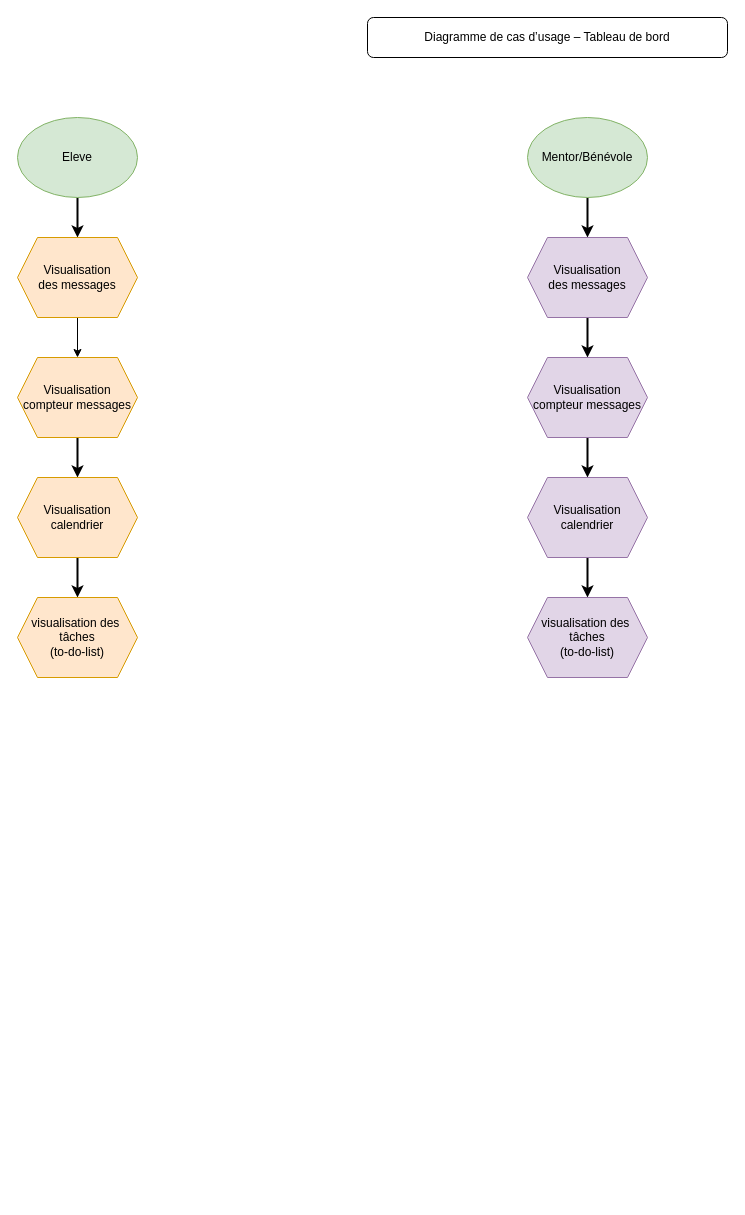
frederic5962/Learn-Home_p10 keeps this draw.io diagram as Diagramme de cas d’usage – Tableau de bord.drawio. Above is the earlier version. Source tidied: cells renumbered, new cells numbered last; positions are measured from the earlier drawing's top-left corner, leaving out a move shared by most shapes. Both pictures are drawn from the tidied source at 100%, with x=0, y=0 at pixel (17, 17).
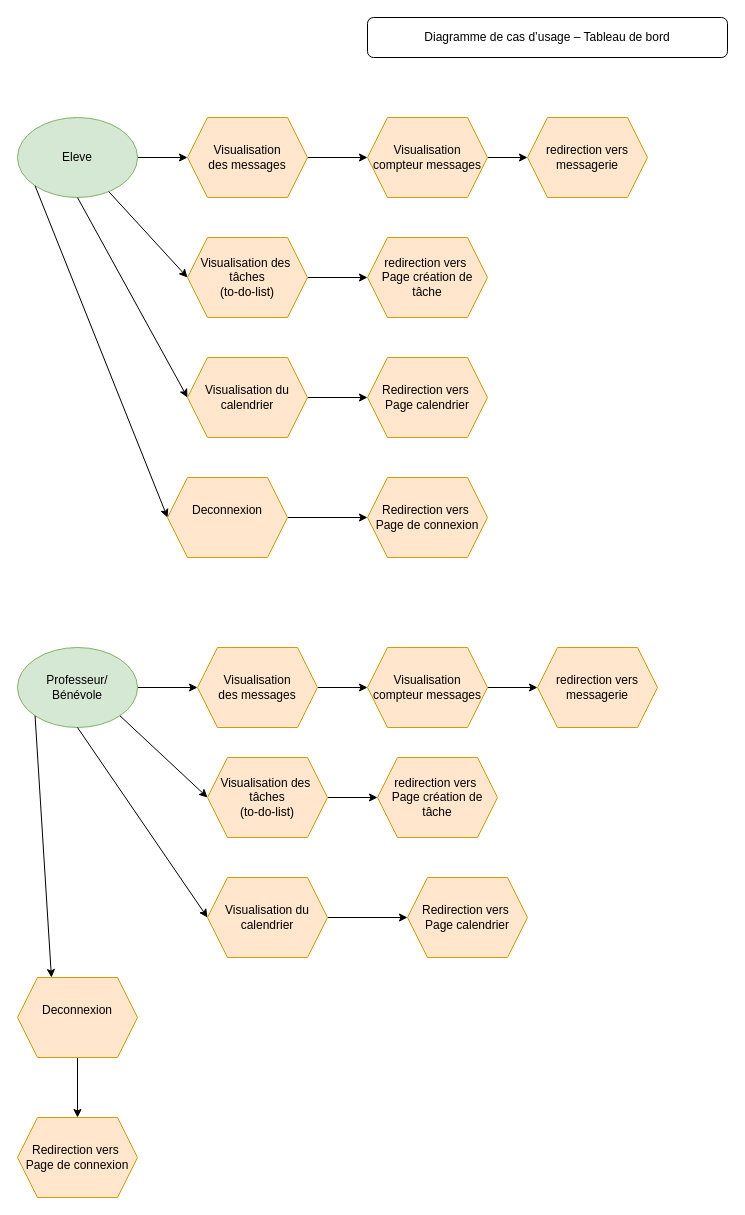
After the change.

Commit message:
Mettre à jour Diagramme de cas d’usage – Tableau de bord.drawio

The change refers to these unchanged cells:
```xml
<mxCell id="3" value="Eleve" style="ellipse;whiteSpace=wrap;html=1;fillColor=#d5e8d4;strokeColor=#82b366;" parent="1" vertex="1">
  <mxGeometry y="100" width="120" height="80" as="geometry" />
</mxCell>
```

Diff of the diagram source:
```diff
@@
-    <mxCell id="2" style="edgeStyle=orthogonalEdgeStyle;rounded=0;jettySize=auto;html=1;strokeWidth=2;" parent="1" edge="1" source="3" target="8">
+    <mxCell id="2" style="edgeStyle=orthogonalEdgeStyle;rounded=0;jettySize=auto;html=1;" parent="1" edge="1" source="3" target="8">
       <mxGeometry relative="1" as="geometry" />
     </mxCell>
@@
-    <mxCell id="4" style="edgeStyle=orthogonalEdgeStyle;rounded=0;jettySize=auto;html=1;strokeWidth=2;" parent="1" edge="1" source="5" target="15">
+    <mxCell id="4" style="edgeStyle=orthogonalEdgeStyle;rounded=0;jettySize=auto;html=1;" parent="1" edge="1" source="5" target="15">
       <mxGeometry relative="1" as="geometry" />
     </mxCell>
-    <mxCell id="5" value="Mentor/Bénévole" style="ellipse;whiteSpace=wrap;html=1;fillColor=#d5e8d4;strokeColor=#82b366;" parent="1" vertex="1">
-      <mxGeometry x="510" y="100" width="120" height="80" as="geometry" />
+    <mxCell id="5" value="Professeur/&lt;div&gt;Bénévole&lt;/div&gt;" style="ellipse;whiteSpace=wrap;html=1;fillColor=#d5e8d4;strokeColor=#82b366;" parent="1" vertex="1">
+      <mxGeometry y="630" width="120" height="80" as="geometry" />
     </mxCell>
@@
     <mxCell id="8" value="Visualisation&lt;div&gt;des messages&lt;/div&gt;" style="shape=hexagon;perimeter=hexagonPerimeter2;whiteSpace=wrap;html=1;fixedSize=1;fillColor=#ffe6cc;strokeColor=#d79b00;" parent="1" vertex="1">
-      <mxGeometry y="220" width="120" height="80" as="geometry" />
+      <mxGeometry x="170" y="100" width="120" height="80" as="geometry" />
     </mxCell>
-    <mxCell id="9" style="edgeStyle=orthogonalEdgeStyle;rounded=0;jettySize=auto;html=1;strokeWidth=2;" parent="1" edge="1" source="10" target="12">
-      <mxGeometry relative="1" as="geometry" />
-    </mxCell>
+    <mxCell id="21" style="edgeStyle=orthogonalEdgeStyle;rounded=0;jettySize=auto;html=1;" parent="1" edge="1" source="10" target="23">
+      <mxGeometry relative="1" as="geometry" />
+    </mxCell>
     <mxCell id="10" value="Visualisation compteur messages" style="shape=hexagon;perimeter=hexagonPerimeter2;whiteSpace=wrap;html=1;fixedSize=1;fillColor=#ffe6cc;strokeColor=#d79b00;" parent="1" vertex="1">
-      <mxGeometry y="340" width="120" height="80" as="geometry" />
+      <mxGeometry x="350" y="100" width="120" height="80" as="geometry" />
     </mxCell>
-    <mxCell id="11" style="edgeStyle=orthogonalEdgeStyle;rounded=0;jettySize=auto;html=1;strokeWidth=2;" parent="1" edge="1" source="12" target="13">
-      <mxGeometry relative="1" as="geometry" />
-    </mxCell>
-    <mxCell id="12" value="Visualisation calendrier" style="shape=hexagon;perimeter=hexagonPerimeter2;whiteSpace=wrap;html=1;fixedSize=1;fillColor=#ffe6cc;strokeColor=#d79b00;" parent="1" vertex="1">
-      <mxGeometry y="460" width="120" height="80" as="geometry" />
+    <mxCell id="12" value="redirection vers&amp;nbsp;&lt;div&gt;Page création de tâche&lt;/div&gt;" style="shape=hexagon;perimeter=hexagonPerimeter2;whiteSpace=wrap;html=1;fixedSize=1;fillColor=#ffe6cc;strokeColor=#d79b00;" parent="1" vertex="1">
+      <mxGeometry x="350" y="220" width="120" height="80" as="geometry" />
     </mxCell>
+    <mxCell id="22" style="edgeStyle=orthogonalEdgeStyle;rounded=0;jettySize=auto;html=1;" parent="1" edge="1" source="13" target="12">
+      <mxGeometry relative="1" as="geometry" />
+    </mxCell>
-    <mxCell id="13" value="visualisation des&amp;nbsp;&lt;div&gt;tâches&lt;/div&gt;&lt;div&gt;(to-do-list)&lt;/div&gt;" style="shape=hexagon;perimeter=hexagonPerimeter2;whiteSpace=wrap;html=1;fixedSize=1;fillColor=#ffe6cc;strokeColor=#d79b00;" parent="1" vertex="1">
-      <mxGeometry y="580" width="120" height="80" as="geometry" />
+    <mxCell id="13" value="Visualisation des&amp;nbsp;&lt;div&gt;tâches&lt;/div&gt;&lt;div&gt;(to-do-list)&lt;/div&gt;" style="shape=hexagon;perimeter=hexagonPerimeter2;whiteSpace=wrap;html=1;fixedSize=1;fillColor=#ffe6cc;strokeColor=#d79b00;" parent="1" vertex="1">
+      <mxGeometry x="170" y="220" width="120" height="80" as="geometry" />
     </mxCell>
+    <mxCell id="23" value="redirection vers messagerie" style="shape=hexagon;perimeter=hexagonPerimeter2;whiteSpace=wrap;html=1;fixedSize=1;fillColor=#ffe6cc;strokeColor=#d79b00;" parent="1" vertex="1">
+      <mxGeometry x="510" y="100" width="120" height="80" as="geometry" />
+    </mxCell>
+    <mxCell id="24" style="endArrow=classic;html=1;rounded=0;entryX=0;entryY=0.5;entryDx=0;entryDy=0;" parent="1" edge="1" source="3" target="13">
+      <mxGeometry relative="1" as="geometry" />
+    </mxCell>
+    <mxCell id="25" style="edgeStyle=orthogonalEdgeStyle;rounded=0;jettySize=auto;html=1;" parent="1" edge="1" source="26" target="27">
+      <mxGeometry relative="1" as="geometry" />
+    </mxCell>
+    <mxCell id="26" value="Visualisation du calendrier" style="shape=hexagon;perimeter=hexagonPerimeter2;whiteSpace=wrap;html=1;fixedSize=1;fillColor=#ffe6cc;strokeColor=#d79b00;" parent="1" vertex="1">
+      <mxGeometry x="170" y="340" width="120" height="80" as="geometry" />
+    </mxCell>
+    <mxCell id="27" value="Redirection vers&amp;nbsp; Page calendrier" style="shape=hexagon;perimeter=hexagonPerimeter2;whiteSpace=wrap;html=1;fixedSize=1;fillColor=#ffe6cc;strokeColor=#d79b00;" parent="1" vertex="1">
+      <mxGeometry x="350" y="340" width="120" height="80" as="geometry" />
+    </mxCell>
+    <mxCell id="28" style="endArrow=classic;html=1;rounded=0;exitX=0.5;exitY=1;exitDx=0;exitDy=0;entryX=0;entryY=0.5;entryDx=0;entryDy=0;" parent="1" edge="1" source="3" target="26">
+      <mxGeometry relative="1" as="geometry" />
+    </mxCell>
-    <mxCell id="14" style="edgeStyle=orthogonalEdgeStyle;rounded=0;jettySize=auto;html=1;strokeWidth=2;" parent="1" edge="1" source="15" target="17">
+    <mxCell id="14" style="edgeStyle=orthogonalEdgeStyle;rounded=0;jettySize=auto;html=1;" parent="1" edge="1" source="15" target="17">
       <mxGeometry relative="1" as="geometry" />
     </mxCell>
-    <mxCell id="15" value="Visualisation&lt;div&gt;des messages&lt;/div&gt;" style="shape=hexagon;perimeter=hexagonPerimeter2;whiteSpace=wrap;html=1;fixedSize=1;fillColor=#e1d5e7;strokeColor=#9673a6;" parent="1" vertex="1">
-      <mxGeometry x="510" y="220" width="120" height="80" as="geometry" />
+    <mxCell id="15" value="Visualisation&lt;div&gt;des messages&lt;/div&gt;" style="shape=hexagon;perimeter=hexagonPerimeter2;whiteSpace=wrap;html=1;fixedSize=1;fillColor=#ffe6cc;strokeColor=#d79b00;" parent="1" vertex="1">
+      <mxGeometry x="180" y="630" width="120" height="80" as="geometry" />
     </mxCell>
-    <mxCell id="16" style="edgeStyle=orthogonalEdgeStyle;rounded=0;jettySize=auto;html=1;strokeWidth=2;" parent="1" edge="1" source="17" target="19">
-      <mxGeometry relative="1" as="geometry" />
-    </mxCell>
+    <mxCell id="29" style="edgeStyle=orthogonalEdgeStyle;rounded=0;jettySize=auto;html=1;" parent="1" edge="1" source="17" target="30">
+      <mxGeometry relative="1" as="geometry" />
+    </mxCell>
-    <mxCell id="17" value="Visualisation compteur messages" style="shape=hexagon;perimeter=hexagonPerimeter2;whiteSpace=wrap;html=1;fixedSize=1;fillColor=#e1d5e7;strokeColor=#9673a6;" parent="1" vertex="1">
-      <mxGeometry x="510" y="340" width="120" height="80" as="geometry" />
+    <mxCell id="17" value="Visualisation compteur messages" style="shape=hexagon;perimeter=hexagonPerimeter2;whiteSpace=wrap;html=1;fixedSize=1;fillColor=#ffe6cc;strokeColor=#d79b00;" parent="1" vertex="1">
+      <mxGeometry x="350" y="630" width="120" height="80" as="geometry" />
     </mxCell>
-    <mxCell id="18" style="edgeStyle=orthogonalEdgeStyle;rounded=0;jettySize=auto;html=1;strokeWidth=2;" parent="1" edge="1" source="19" target="20">
-      <mxGeometry relative="1" as="geometry" />
-    </mxCell>
-    <mxCell id="19" value="Visualisation calendrier" style="shape=hexagon;perimeter=hexagonPerimeter2;whiteSpace=wrap;html=1;fixedSize=1;fillColor=#e1d5e7;strokeColor=#9673a6;" parent="1" vertex="1">
-      <mxGeometry x="510" y="460" width="120" height="80" as="geometry" />
-    </mxCell>
-    <mxCell id="20" value="visualisation des&amp;nbsp;&lt;div&gt;tâches&lt;/div&gt;&lt;div&gt;(to-do-list)&lt;/div&gt;" style="shape=hexagon;perimeter=hexagonPerimeter2;whiteSpace=wrap;html=1;fixedSize=1;fillColor=#e1d5e7;strokeColor=#9673a6;" parent="1" vertex="1">
-      <mxGeometry x="510" y="580" width="120" height="80" as="geometry" />
-    </mxCell>
+    <mxCell id="30" value="redirection vers messagerie" style="shape=hexagon;perimeter=hexagonPerimeter2;whiteSpace=wrap;html=1;fixedSize=1;fillColor=#ffe6cc;strokeColor=#d79b00;" parent="1" vertex="1">
+      <mxGeometry x="520" y="630" width="120" height="80" as="geometry" />
+    </mxCell>
+    <mxCell id="31" style="edgeStyle=orthogonalEdgeStyle;rounded=0;jettySize=auto;html=1;" parent="1" edge="1" source="32" target="33">
+      <mxGeometry relative="1" as="geometry" />
+    </mxCell>
+    <mxCell id="32" value="Visualisation des&amp;nbsp;&lt;div&gt;tâches&lt;/div&gt;&lt;div&gt;(to-do-list)&lt;/div&gt;" style="shape=hexagon;perimeter=hexagonPerimeter2;whiteSpace=wrap;html=1;fixedSize=1;fillColor=#ffe6cc;strokeColor=#d79b00;" parent="1" vertex="1">
+      <mxGeometry x="190" y="740" width="120" height="80" as="geometry" />
+    </mxCell>
+    <mxCell id="33" value="redirection vers&amp;nbsp;&lt;div&gt;Page création de tâche&lt;/div&gt;" style="shape=hexagon;perimeter=hexagonPerimeter2;whiteSpace=wrap;html=1;fixedSize=1;fillColor=#ffe6cc;strokeColor=#d79b00;" parent="1" vertex="1">
+      <mxGeometry x="360" y="740" width="120" height="80" as="geometry" />
+    </mxCell>
+    <mxCell id="34" style="endArrow=classic;html=1;rounded=0;exitX=1;exitY=1;exitDx=0;exitDy=0;entryX=0;entryY=0.5;entryDx=0;entryDy=0;" parent="1" edge="1" source="5" target="32">
+      <mxGeometry relative="1" as="geometry" />
+    </mxCell>
+    <mxCell id="35" style="edgeStyle=orthogonalEdgeStyle;rounded=0;jettySize=auto;html=1;" parent="1" edge="1" source="36" target="37">
+      <mxGeometry relative="1" as="geometry" />
+    </mxCell>
+    <mxCell id="36" value="Visualisation du calendrier" style="shape=hexagon;perimeter=hexagonPerimeter2;whiteSpace=wrap;html=1;fixedSize=1;fillColor=#ffe6cc;strokeColor=#d79b00;" parent="1" vertex="1">
+      <mxGeometry x="190" y="860" width="120" height="80" as="geometry" />
+    </mxCell>
+    <mxCell id="37" value="Redirection vers&amp;nbsp; Page calendrier" style="shape=hexagon;perimeter=hexagonPerimeter2;whiteSpace=wrap;html=1;fixedSize=1;fillColor=#ffe6cc;strokeColor=#d79b00;" parent="1" vertex="1">
+      <mxGeometry x="390" y="860" width="120" height="80" as="geometry" />
+    </mxCell>
+    <mxCell id="38" style="endArrow=classic;html=1;rounded=0;exitX=0.5;exitY=1;exitDx=0;exitDy=0;entryX=0;entryY=0.5;entryDx=0;entryDy=0;" parent="1" edge="1" source="5" target="36">
+      <mxGeometry relative="1" as="geometry" />
+    </mxCell>
+    <mxCell id="39" style="edgeStyle=orthogonalEdgeStyle;rounded=0;jettySize=auto;html=1;" parent="1" edge="1" source="40" target="41">
+      <mxGeometry relative="1" as="geometry" />
+    </mxCell>
+    <mxCell id="40" value="Deconnexion&lt;div&gt;&lt;br&gt;&lt;/div&gt;" style="shape=hexagon;perimeter=hexagonPerimeter2;whiteSpace=wrap;html=1;fixedSize=1;fillColor=#ffe6cc;strokeColor=#d79b00;" parent="1" vertex="1">
+      <mxGeometry y="960" width="120" height="80" as="geometry" />
+    </mxCell>
+    <mxCell id="41" value="Redirection vers&amp;nbsp;&lt;div&gt;Page de connexion&lt;/div&gt;" style="shape=hexagon;perimeter=hexagonPerimeter2;whiteSpace=wrap;html=1;fixedSize=1;fillColor=#ffe6cc;strokeColor=#d79b00;" parent="1" vertex="1">
+      <mxGeometry y="1100" width="120" height="80" as="geometry" />
+    </mxCell>
+    <mxCell id="42" style="endArrow=classic;html=1;rounded=0;exitX=0;exitY=1;exitDx=0;exitDy=0;entryX=0.283;entryY=0;entryDx=0;entryDy=0;entryPerimeter=0;" parent="1" edge="1" source="5" target="40">
+      <mxGeometry relative="1" as="geometry" />
+    </mxCell>
+    <mxCell id="43" style="edgeStyle=orthogonalEdgeStyle;rounded=0;jettySize=auto;html=1;" parent="1" edge="1" source="44" target="45">
+      <mxGeometry relative="1" as="geometry" />
+    </mxCell>
+    <mxCell id="44" value="Deconnexion&lt;div&gt;&lt;br&gt;&lt;/div&gt;" style="shape=hexagon;perimeter=hexagonPerimeter2;whiteSpace=wrap;html=1;fixedSize=1;fillColor=#ffe6cc;strokeColor=#d79b00;" parent="1" vertex="1">
+      <mxGeometry x="150" y="460" width="120" height="80" as="geometry" />
+    </mxCell>
+    <mxCell id="45" value="Redirection vers&amp;nbsp;&lt;div&gt;Page de connexion&lt;/div&gt;" style="shape=hexagon;perimeter=hexagonPerimeter2;whiteSpace=wrap;html=1;fixedSize=1;fillColor=#ffe6cc;strokeColor=#d79b00;" parent="1" vertex="1">
+      <mxGeometry x="350" y="460" width="120" height="80" as="geometry" />
+    </mxCell>
+    <mxCell id="46" style="endArrow=classic;html=1;rounded=0;exitX=0;exitY=1;exitDx=0;exitDy=0;entryX=0;entryY=0.5;entryDx=0;entryDy=0;" parent="1" edge="1" source="3" target="44">
+      <mxGeometry relative="1" as="geometry" />
+    </mxCell>
```
